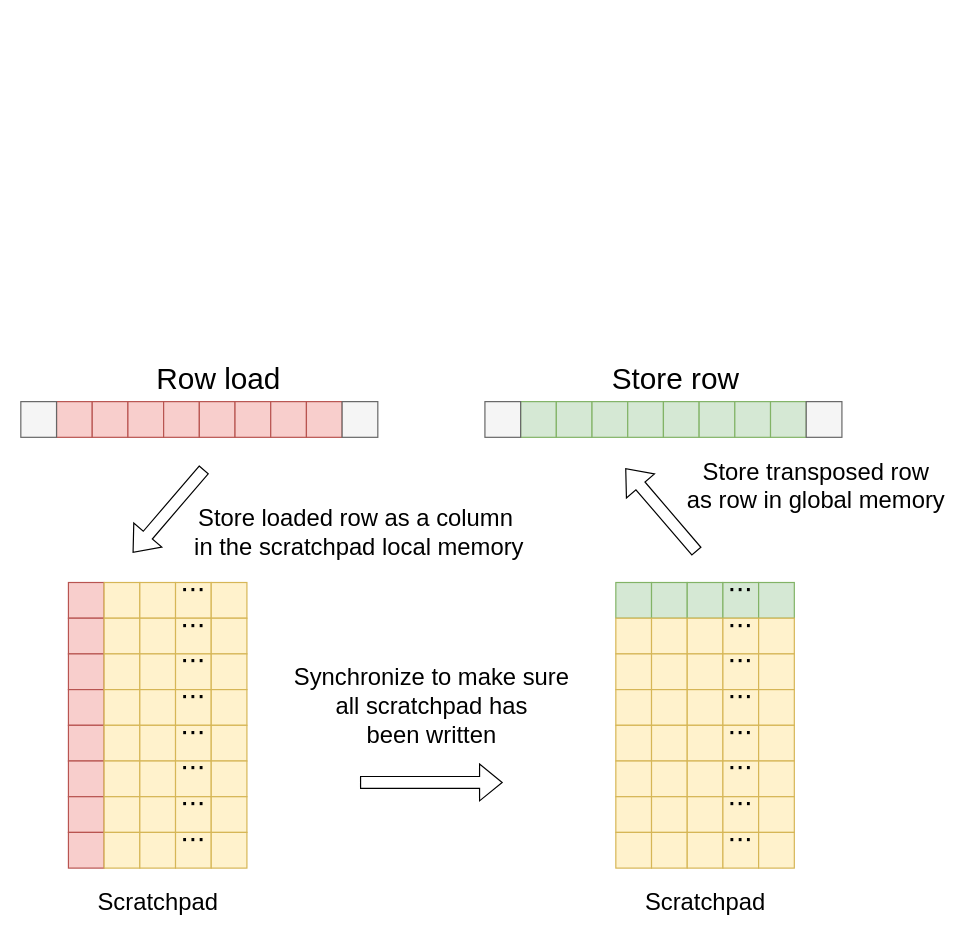
Above: Lesson_Materials/Lecture_08_GPU_Programming_Principles/matrix_transpose.io.drawio in codeplaysoftware/syclacademy (draw.io), before the change. Source tidied: cells renumbered, new cells numbered last; positions are measured from the earlier drawing's top-left corner, leaving out a move shared by most shapes. Both pictures are drawn from the tidied source at 119%, with x=0, y=0 at pixel (20, 353).
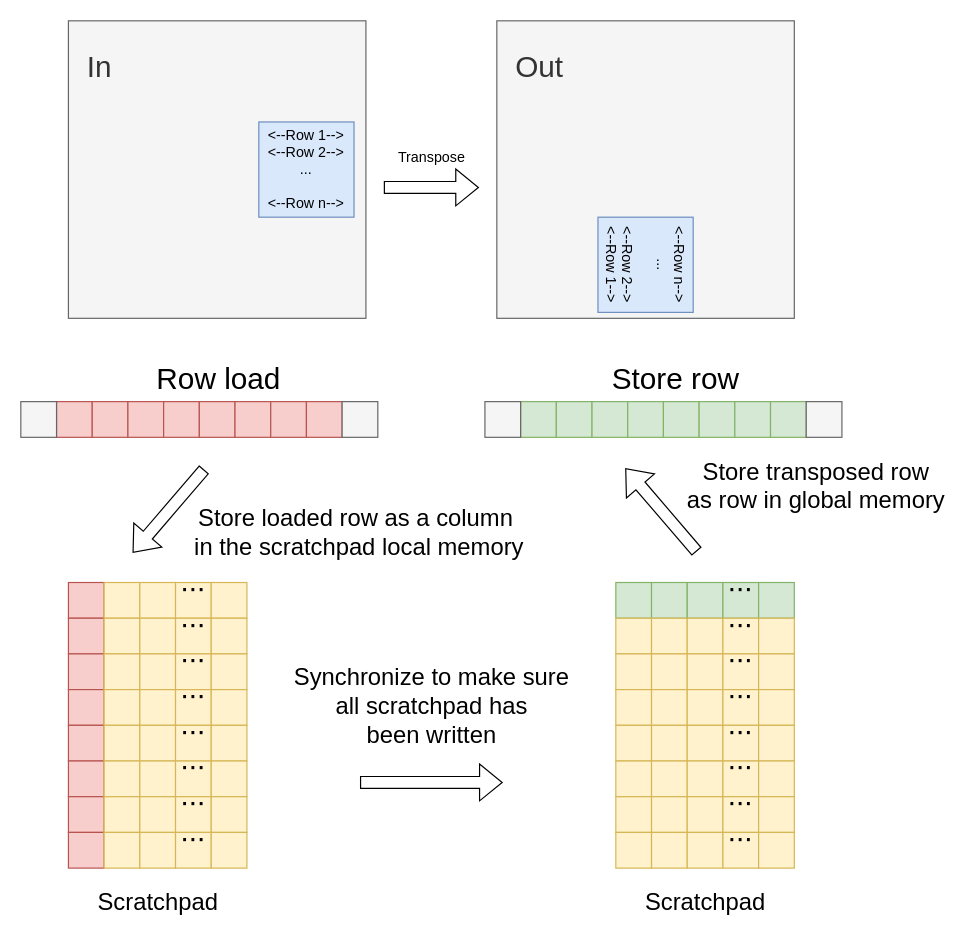
The same page after the edit.

What changed in the source:
```diff
@@
+    <mxCell id="115" value="&amp;nbsp;&lt;div style=&quot;font-size: 25px;&quot; align=&quot;left&quot;&gt;&amp;nbsp; Out&lt;br&gt;&lt;/div&gt;&lt;div align=&quot;left&quot;&gt;&lt;br&gt;&lt;/div&gt;&lt;div align=&quot;left&quot;&gt;&lt;br&gt;&lt;/div&gt;&lt;div align=&quot;left&quot;&gt;&lt;br&gt;&lt;/div&gt;&lt;div align=&quot;left&quot;&gt;&lt;br&gt;&lt;/div&gt;&lt;div align=&quot;left&quot;&gt;&lt;br&gt;&lt;/div&gt;&lt;div align=&quot;left&quot;&gt;&lt;br&gt;&lt;/div&gt;&lt;div align=&quot;left&quot;&gt;&lt;br&gt;&lt;/div&gt;&lt;div align=&quot;left&quot;&gt;&lt;br&gt;&lt;/div&gt;&lt;div align=&quot;left&quot;&gt;&lt;br&gt;&lt;/div&gt;&lt;div align=&quot;left&quot;&gt;&lt;br&gt;&lt;/div&gt;&lt;div align=&quot;left&quot;&gt;&lt;br&gt;&lt;/div&gt;&lt;div align=&quot;left&quot;&gt;&lt;br&gt;&lt;/div&gt;&lt;div align=&quot;left&quot;&gt;&lt;br&gt;&lt;/div&gt;" style="whiteSpace=wrap;html=1;fillColor=#f5f5f5;strokeColor=#666666;fontColor=#333333;align=left;" parent="1" vertex="1">
+      <mxGeometry x="400" y="-280" width="250" height="250" as="geometry" />
+    </mxCell>
+    <mxCell id="116" value="&amp;nbsp;&lt;div style=&quot;font-size: 25px;&quot; align=&quot;left&quot;&gt;&amp;nbsp; In&lt;br&gt;&lt;/div&gt;&lt;div align=&quot;left&quot;&gt;&lt;br&gt;&lt;/div&gt;&lt;div align=&quot;left&quot;&gt;&lt;br&gt;&lt;/div&gt;&lt;div align=&quot;left&quot;&gt;&lt;br&gt;&lt;/div&gt;&lt;div align=&quot;left&quot;&gt;&lt;br&gt;&lt;/div&gt;&lt;div align=&quot;left&quot;&gt;&lt;br&gt;&lt;/div&gt;&lt;div align=&quot;left&quot;&gt;&lt;br&gt;&lt;/div&gt;&lt;div align=&quot;left&quot;&gt;&lt;br&gt;&lt;/div&gt;&lt;div align=&quot;left&quot;&gt;&lt;br&gt;&lt;/div&gt;&lt;div align=&quot;left&quot;&gt;&lt;br&gt;&lt;/div&gt;&lt;div align=&quot;left&quot;&gt;&lt;br&gt;&lt;/div&gt;&lt;div align=&quot;left&quot;&gt;&lt;br&gt;&lt;/div&gt;&lt;div align=&quot;left&quot;&gt;&lt;br&gt;&lt;/div&gt;&lt;div align=&quot;left&quot;&gt;&lt;br&gt;&lt;/div&gt;" style="whiteSpace=wrap;html=1;fillColor=#f5f5f5;strokeColor=#666666;fontColor=#333333;align=left;" parent="1" vertex="1">
+      <mxGeometry x="40" y="-280" width="250" height="250" as="geometry" />
+    </mxCell>
+    <mxCell id="117" value="&lt;div&gt;&amp;lt;--Row 1--&amp;gt;&lt;br&gt;&lt;/div&gt;&lt;div&gt;&amp;lt;--Row 2--&amp;gt;&lt;br&gt;&lt;/div&gt;&lt;div&gt;...&lt;/div&gt;&lt;div&gt;&lt;br&gt;&lt;/div&gt;&lt;div&gt;&amp;lt;--Row n--&amp;gt;&lt;br&gt;&lt;/div&gt;" style="whiteSpace=wrap;html=1;fillColor=#dae8fc;strokeColor=#6c8ebf;" parent="1" vertex="1">
+      <mxGeometry x="200" y="-195" width="80" height="80" as="geometry" />
+    </mxCell>
+    <mxCell id="118" style="shape=flexArrow;endArrow=classic;html=1;rounded=0;" parent="1" edge="1">
+      <mxGeometry relative="1" as="geometry">
+        <mxPoint x="305" y="-140" as="sourcePoint" />
+        <mxPoint x="385" y="-140" as="targetPoint" />
+      </mxGeometry>
+    </mxCell>
+    <mxCell id="119" value="&lt;div&gt;&amp;lt;--Row n--&amp;gt;&lt;br&gt;&lt;/div&gt;&lt;div&gt;...&lt;/div&gt;&lt;div&gt;&lt;br&gt;&lt;/div&gt;&lt;div&gt;&amp;lt;--Row 2--&amp;gt;&lt;br&gt;&lt;/div&gt;&lt;div&gt;&amp;lt;--Row 1--&amp;gt;&lt;br&gt;&lt;/div&gt;" style="whiteSpace=wrap;html=1;fillColor=#dae8fc;strokeColor=#6c8ebf;rotation=90;" parent="1" vertex="1">
+      <mxGeometry x="485" y="-115" width="80" height="80" as="geometry" />
+    </mxCell>
+    <mxCell id="120" value="Transpose" style="text;html=1;align=center;verticalAlign=middle;strokeColor=none;fillColor=none;" parent="1" vertex="1">
+      <mxGeometry x="305" y="-180" width="80" height="30" as="geometry" />
+    </mxCell>
```
